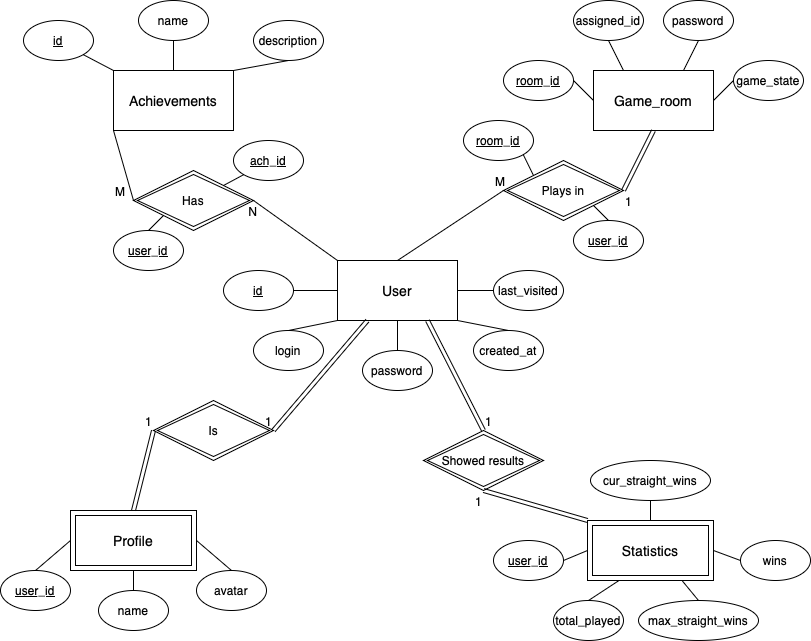
IU-Capstone-Project-2025/Online-game-7Red keeps this draw.io diagram as database/db_erd.png. Above is the earlier version. Source tidied: cells renumbered, new cells last; positions are measured from the earlier drawing's top-left corner, leaving out a move shared by most shapes.
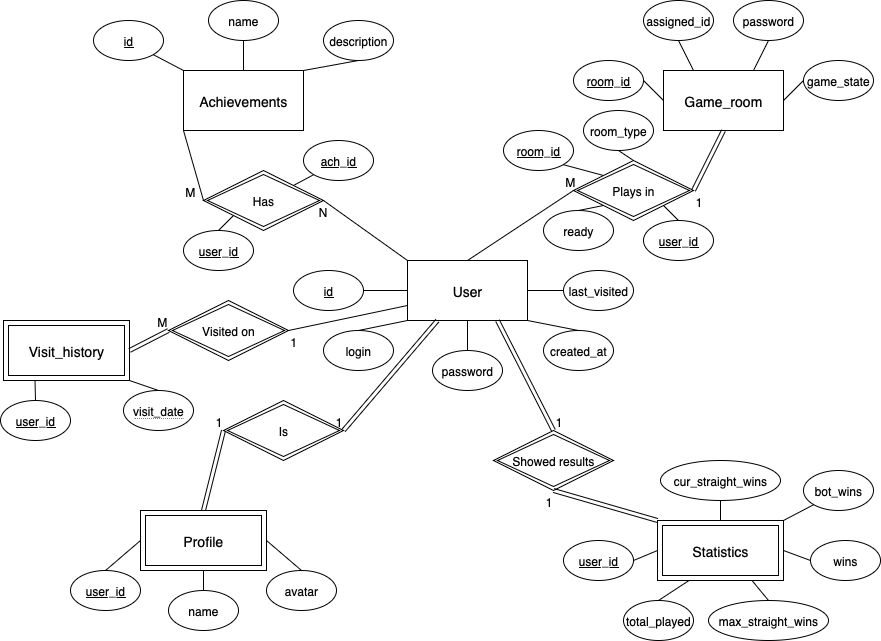
After the commit.

What changed in the source:
```diff
@@ -225,7 +225,7 @@
       <mxGeometry x="573" y="220" width="70" height="40" as="geometry" />
     </mxCell>
     <mxCell id="72" value="room_id" style="ellipse;whiteSpace=wrap;html=1;align=center;fontStyle=4;" parent="1" vertex="1">
-      <mxGeometry x="463" y="120" width="70" height="40" as="geometry" />
+      <mxGeometry x="433" y="130" width="70" height="40" as="geometry" />
     </mxCell>
     <mxCell id="73" style="rounded=0;jettySize=auto;html=1;endArrow=none;startFill=0;exitX=0.5;exitY=0;exitDx=0;exitDy=0;entryX=1;entryY=1;entryDx=0;entryDy=0;" parent="1" edge="1" source="71" target="66">
       <mxGeometry relative="1" as="geometry" />
@@ -233,5 +233,57 @@
     <mxCell id="74" style="rounded=0;jettySize=auto;html=1;endArrow=none;startFill=0;exitX=0;exitY=0;exitDx=0;exitDy=0;entryX=1;entryY=1;entryDx=0;entryDy=0;" parent="1" edge="1" source="66" target="72">
       <mxGeometry relative="1" as="geometry" />
     </mxCell>
+    <mxCell id="75" value="bot_wins" style="ellipse;whiteSpace=wrap;html=1;align=center;" parent="1" vertex="1">
+      <mxGeometry x="733" y="470" width="70" height="40" as="geometry" />
+    </mxCell>
+    <mxCell id="76" style="endArrow=none;html=1;rounded=0;exitX=1;exitY=0;exitDx=0;exitDy=0;entryX=0;entryY=1;entryDx=0;entryDy=0;" parent="1" edge="1" source="7" target="75">
+      <mxGeometry relative="1" as="geometry" />
+    </mxCell>
+    <mxCell id="77" value="ready" style="ellipse;whiteSpace=wrap;html=1;align=center;" parent="1" vertex="1">
+      <mxGeometry x="473" y="210" width="70" height="40" as="geometry" />
+    </mxCell>
+    <mxCell id="78" style="rounded=0;jettySize=auto;html=1;endArrow=none;startFill=0;exitX=0;exitY=1;exitDx=0;exitDy=0;entryX=0.5;entryY=0;entryDx=0;entryDy=0;" parent="1" edge="1" source="66" target="77">
+      <mxGeometry relative="1" as="geometry" />
+    </mxCell>
+    <mxCell id="79" value="room_type" style="ellipse;whiteSpace=wrap;html=1;align=center;" parent="1" vertex="1">
+      <mxGeometry x="513" y="110" width="70" height="40" as="geometry" />
+    </mxCell>
+    <mxCell id="80" style="rounded=0;jettySize=auto;html=1;endArrow=none;startFill=0;exitX=0.5;exitY=0;exitDx=0;exitDy=0;entryX=0.5;entryY=1;entryDx=0;entryDy=0;" parent="1" edge="1" source="66" target="79">
+      <mxGeometry relative="1" as="geometry" />
+    </mxCell>
+    <mxCell id="81" style="rounded=0;jettySize=auto;html=1;endArrow=none;startFill=0;entryX=0.5;entryY=0;entryDx=0;entryDy=0;exitX=1;exitY=1;exitDx=0;exitDy=0;" parent="1" edge="1" source="82" target="90">
+      <mxGeometry relative="1" as="geometry" />
+    </mxCell>
+    <mxCell id="82" value="&lt;font style=&quot;font-size: 14px;&quot;&gt;Visit_history&lt;/font&gt;" style="shape=ext;margin=3;double=1;whiteSpace=wrap;html=1;align=center;" parent="1" vertex="1">
+      <mxGeometry x="-67" y="320" width="126" height="60" as="geometry" />
+    </mxCell>
+    <mxCell id="83" style="shape=link;html=1;rounded=0;entryX=1;entryY=0.5;entryDx=0;entryDy=0;exitX=0;exitY=0.5;exitDx=0;exitDy=0;" parent="1" edge="1" source="85" target="82">
+      <mxGeometry relative="1" as="geometry" />
+    </mxCell>
+    <mxCell id="84" value="M" style="html=1;whiteSpace=wrap;align=right;verticalAlign=bottom;" parent="83" vertex="1">
+      <mxGeometry x="1" relative="1" as="geometry">
+        <mxPoint x="39" y="-20" as="offset" />
+      </mxGeometry>
+    </mxCell>
+    <mxCell id="85" value="Visited on" style="shape=rhombus;double=1;perimeter=rhombusPerimeter;whiteSpace=wrap;html=1;align=center;" parent="1" vertex="1">
+      <mxGeometry x="98" y="300" width="120" height="60" as="geometry" />
+    </mxCell>
+    <mxCell id="86" style="endArrow=none;html=1;rounded=0;entryX=1;entryY=0.5;entryDx=0;entryDy=0;exitX=0;exitY=0.75;exitDx=0;exitDy=0;" parent="1" edge="1" source="3" target="85">
+      <mxGeometry relative="1" as="geometry" />
+    </mxCell>
+    <mxCell id="87" value="1" style="html=1;whiteSpace=wrap;align=left;verticalAlign=bottom;" parent="86" vertex="1">
+      <mxGeometry x="-1" relative="1" as="geometry">
+        <mxPoint x="-119" y="45" as="offset" />
+      </mxGeometry>
+    </mxCell>
+    <mxCell id="88" value="user_id" style="ellipse;whiteSpace=wrap;html=1;align=center;fontStyle=4;" parent="1" vertex="1">
+      <mxGeometry x="-70" y="400" width="70" height="40" as="geometry" />
+    </mxCell>
+    <mxCell id="89" style="rounded=0;jettySize=auto;html=1;endArrow=none;startFill=0;entryX=0.25;entryY=1;entryDx=0;entryDy=0;" parent="1" edge="1" source="88" target="82">
+      <mxGeometry relative="1" as="geometry" />
+    </mxCell>
+    <mxCell id="90" value="&lt;span style=&quot;border-bottom-width: 1px; border-bottom-style: dotted; border-bottom-color: currentcolor;&quot;&gt;visit_date&lt;/span&gt;" style="ellipse;whiteSpace=wrap;html=1;align=center;" parent="1" vertex="1">
+      <mxGeometry x="53" y="390" width="70" height="40" as="geometry" />
+    </mxCell>
   </root>
 </mxGraphModel>
```
